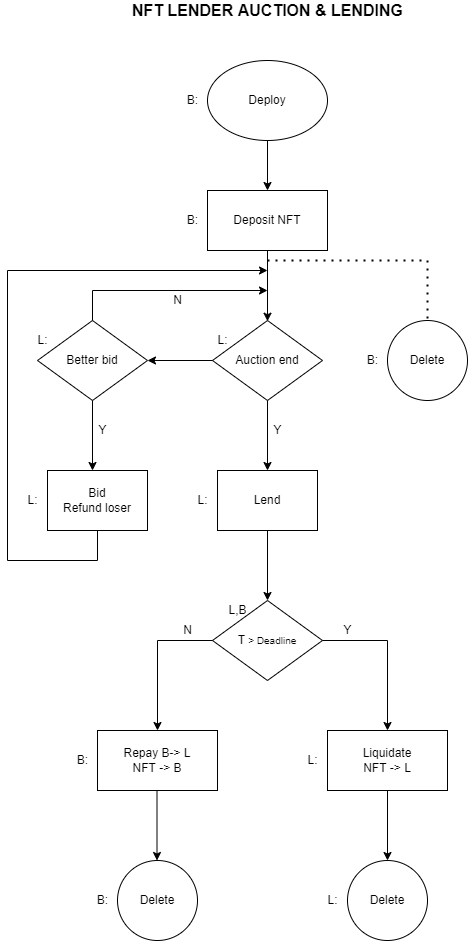
Above: doc/NFT Lender Auction and Lending.png in nft-lending/nft-lending-algorand (draw.io), before the change. Source tidied: cells renumbered, new cells last; positions are measured from the earlier drawing's top-left corner, leaving out a move shared by most shapes. The source it was exported from:
```xml
<mxGraphModel>
  <root>
    <mxCell id="0" />
    <mxCell id="1" parent="0" />
    <mxCell id="2" value="Deploy" style="ellipse;whiteSpace=wrap;html=1;" parent="1" vertex="1">
      <mxGeometry x="200" y="60" width="120" height="80" as="geometry" />
    </mxCell>
    <mxCell id="3" value="Deposit NFT" style="rounded=0;whiteSpace=wrap;html=1;" parent="1" vertex="1">
      <mxGeometry x="200" y="190" width="120" height="60" as="geometry" />
    </mxCell>
    <mxCell id="4" value="Auction end" style="rhombus;whiteSpace=wrap;html=1;" parent="1" vertex="1">
      <mxGeometry x="205" y="320" width="110" height="80" as="geometry" />
    </mxCell>
    <mxCell id="5" value="Better bid" style="rhombus;whiteSpace=wrap;html=1;" parent="1" vertex="1">
      <mxGeometry x="30" y="320" width="110" height="80" as="geometry" />
    </mxCell>
    <mxCell id="6" value="Delete" style="ellipse;whiteSpace=wrap;html=1;" parent="1" vertex="1">
      <mxGeometry x="380" y="320" width="80" height="80" as="geometry" />
    </mxCell>
    <mxCell id="7" value="Lend" style="rounded=0;whiteSpace=wrap;html=1;" parent="1" vertex="1">
      <mxGeometry x="210" y="470" width="100" height="60" as="geometry" />
    </mxCell>
    <mxCell id="8" value="Bid&lt;br&gt;Refund loser" style="rounded=0;whiteSpace=wrap;html=1;" parent="1" vertex="1">
      <mxGeometry x="40" y="470" width="100" height="60" as="geometry" />
    </mxCell>
    <mxCell id="9" value="T&amp;nbsp;&lt;span style=&quot;font-size: 10px&quot;&gt;&amp;gt; Deadline&lt;/span&gt;" style="rhombus;whiteSpace=wrap;html=1;" parent="1" vertex="1">
      <mxGeometry x="205" y="600" width="110" height="80" as="geometry" />
    </mxCell>
    <mxCell id="10" value="Repay B-&amp;gt; L&lt;br&gt;NFT -&amp;gt; B" style="rounded=0;whiteSpace=wrap;html=1;" parent="1" vertex="1">
      <mxGeometry x="90" y="730" width="120" height="60" as="geometry" />
    </mxCell>
    <mxCell id="11" value="Liquidate&lt;br&gt;NFT -&amp;gt; L" style="rounded=0;whiteSpace=wrap;html=1;" parent="1" vertex="1">
      <mxGeometry x="320" y="730" width="120" height="60" as="geometry" />
    </mxCell>
    <mxCell id="12" value="&lt;span&gt;Delete&lt;/span&gt;" style="ellipse;whiteSpace=wrap;html=1;" parent="1" vertex="1">
      <mxGeometry x="110" y="860" width="80" height="80" as="geometry" />
    </mxCell>
    <mxCell id="13" value="&lt;span&gt;Delete&lt;/span&gt;" style="ellipse;whiteSpace=wrap;html=1;" parent="1" vertex="1">
      <mxGeometry x="340" y="860" width="80" height="80" as="geometry" />
    </mxCell>
    <mxCell id="14" value="B:" style="text;html=1;align=center;verticalAlign=middle;strokeColor=none;fillColor=none;" parent="1" vertex="1">
      <mxGeometry x="80" y="890" width="30" height="20" as="geometry" />
    </mxCell>
    <mxCell id="15" value="B:" style="text;html=1;align=center;verticalAlign=middle;strokeColor=none;fillColor=none;" parent="1" vertex="1">
      <mxGeometry x="60" y="750" width="30" height="20" as="geometry" />
    </mxCell>
    <mxCell id="16" value="B:" style="text;html=1;align=center;verticalAlign=middle;strokeColor=none;fillColor=none;" parent="1" vertex="1">
      <mxGeometry x="350" y="350" width="30" height="20" as="geometry" />
    </mxCell>
    <mxCell id="17" value="B:" style="text;html=1;align=center;verticalAlign=middle;strokeColor=none;fillColor=none;" parent="1" vertex="1">
      <mxGeometry x="170" y="210" width="30" height="20" as="geometry" />
    </mxCell>
    <mxCell id="18" value="B:" style="text;html=1;align=center;verticalAlign=middle;strokeColor=none;fillColor=none;" parent="1" vertex="1">
      <mxGeometry x="170" y="90" width="30" height="20" as="geometry" />
    </mxCell>
    <mxCell id="19" style="endArrow=classic;html=1;rounded=0;exitX=0.5;exitY=1;exitDx=0;exitDy=0;" parent="1" edge="1" source="2">
      <mxGeometry relative="1" as="geometry">
        <mxPoint x="260" y="190" as="targetPoint" />
      </mxGeometry>
    </mxCell>
    <mxCell id="20" style="endArrow=classic;html=1;rounded=0;" parent="1" edge="1" source="3">
      <mxGeometry relative="1" as="geometry">
        <mxPoint x="260" y="320.7" as="targetPoint" />
      </mxGeometry>
    </mxCell>
    <mxCell id="21" style="endArrow=none;dashed=1;html=1;dashPattern=1 3;strokeWidth=2;rounded=0;entryX=0.5;entryY=0;entryDx=0;entryDy=0;" parent="1" edge="1" target="6">
      <mxGeometry relative="1" as="geometry">
        <mxPoint x="260" y="260" as="sourcePoint" />
        <Array as="points">
          <mxPoint x="420" y="260" />
        </Array>
      </mxGeometry>
    </mxCell>
    <mxCell id="22" style="endArrow=classic;html=1;rounded=0;exitX=0;exitY=0.5;exitDx=0;exitDy=0;entryX=1;entryY=0.5;entryDx=0;entryDy=0;" parent="1" edge="1" source="4" target="5">
      <mxGeometry relative="1" as="geometry" />
    </mxCell>
    <mxCell id="23" style="endArrow=classic;html=1;rounded=0;exitX=0.5;exitY=0;exitDx=0;exitDy=0;" parent="1" edge="1" source="5">
      <mxGeometry relative="1" as="geometry">
        <mxPoint x="260" y="290" as="targetPoint" />
        <Array as="points">
          <mxPoint x="85" y="290" />
        </Array>
      </mxGeometry>
    </mxCell>
    <mxCell id="24" style="endArrow=classic;html=1;rounded=0;exitX=0.5;exitY=1;exitDx=0;exitDy=0;" parent="1" edge="1" source="5">
      <mxGeometry relative="1" as="geometry">
        <mxPoint x="85" y="470" as="targetPoint" />
      </mxGeometry>
    </mxCell>
    <mxCell id="25" style="endArrow=classic;html=1;rounded=0;exitX=0.5;exitY=1;exitDx=0;exitDy=0;" parent="1" edge="1">
      <mxGeometry relative="1" as="geometry">
        <mxPoint x="260" y="400" as="sourcePoint" />
        <mxPoint x="260" y="470" as="targetPoint" />
      </mxGeometry>
    </mxCell>
    <mxCell id="26" style="endArrow=classic;html=1;rounded=0;exitX=0.5;exitY=1;exitDx=0;exitDy=0;" parent="1" edge="1">
      <mxGeometry relative="1" as="geometry">
        <mxPoint x="260" y="530" as="sourcePoint" />
        <mxPoint x="260" y="600" as="targetPoint" />
      </mxGeometry>
    </mxCell>
    <mxCell id="27" style="endArrow=classic;html=1;rounded=0;exitX=0.5;exitY=1;exitDx=0;exitDy=0;" parent="1" edge="1">
      <mxGeometry relative="1" as="geometry">
        <mxPoint x="149.5" y="790" as="sourcePoint" />
        <mxPoint x="149.5" y="860" as="targetPoint" />
      </mxGeometry>
    </mxCell>
    <mxCell id="28" style="endArrow=classic;html=1;rounded=0;exitX=0.5;exitY=1;exitDx=0;exitDy=0;" parent="1" edge="1">
      <mxGeometry relative="1" as="geometry">
        <mxPoint x="380" y="790" as="sourcePoint" />
        <mxPoint x="380" y="860" as="targetPoint" />
      </mxGeometry>
    </mxCell>
    <mxCell id="29" value="L:" style="text;html=1;align=center;verticalAlign=middle;strokeColor=none;fillColor=none;" parent="1" vertex="1">
      <mxGeometry x="20" y="330" width="30" height="20" as="geometry" />
    </mxCell>
    <mxCell id="30" value="L:" style="text;html=1;align=center;verticalAlign=middle;strokeColor=none;fillColor=none;" parent="1" vertex="1">
      <mxGeometry x="200" y="330" width="30" height="20" as="geometry" />
    </mxCell>
    <mxCell id="31" value="L:" style="text;html=1;align=center;verticalAlign=middle;strokeColor=none;fillColor=none;" parent="1" vertex="1">
      <mxGeometry x="290" y="750" width="30" height="20" as="geometry" />
    </mxCell>
    <mxCell id="32" value="L:" style="text;html=1;align=center;verticalAlign=middle;strokeColor=none;fillColor=none;" parent="1" vertex="1">
      <mxGeometry x="310" y="890" width="30" height="20" as="geometry" />
    </mxCell>
    <mxCell id="33" style="endArrow=classic;html=1;rounded=0;exitX=0;exitY=0.5;exitDx=0;exitDy=0;entryX=0.5;entryY=0;entryDx=0;entryDy=0;" parent="1" edge="1" source="9" target="10">
      <mxGeometry relative="1" as="geometry">
        <Array as="points">
          <mxPoint x="150" y="640" />
        </Array>
      </mxGeometry>
    </mxCell>
    <mxCell id="34" style="endArrow=classic;html=1;rounded=0;exitX=1;exitY=0.5;exitDx=0;exitDy=0;entryX=0.5;entryY=0;entryDx=0;entryDy=0;" parent="1" edge="1" source="9" target="11">
      <mxGeometry relative="1" as="geometry">
        <Array as="points">
          <mxPoint x="380" y="640" />
        </Array>
      </mxGeometry>
    </mxCell>
    <mxCell id="35" style="endArrow=classic;html=1;rounded=0;exitX=0.5;exitY=1;exitDx=0;exitDy=0;" parent="1" edge="1" source="8">
      <mxGeometry relative="1" as="geometry">
        <mxPoint x="260" y="270" as="targetPoint" />
        <Array as="points">
          <mxPoint x="90" y="560" />
          <mxPoint y="560" />
          <mxPoint y="270" />
        </Array>
      </mxGeometry>
    </mxCell>
    <mxCell id="36" value="L:" style="text;html=1;align=center;verticalAlign=middle;strokeColor=none;fillColor=none;" parent="1" vertex="1">
      <mxGeometry x="10" y="490" width="30" height="20" as="geometry" />
    </mxCell>
    <mxCell id="37" value="L:" style="text;html=1;align=center;verticalAlign=middle;strokeColor=none;fillColor=none;" parent="1" vertex="1">
      <mxGeometry x="180" y="490" width="30" height="20" as="geometry" />
    </mxCell>
    <mxCell id="38" value="N" style="text;html=1;align=center;verticalAlign=middle;strokeColor=none;fillColor=none;" parent="1" vertex="1">
      <mxGeometry x="160" y="290" width="20" height="20" as="geometry" />
    </mxCell>
    <mxCell id="39" value="Y" style="text;html=1;align=center;verticalAlign=middle;strokeColor=none;fillColor=none;" parent="1" vertex="1">
      <mxGeometry x="85" y="420" width="20" height="20" as="geometry" />
    </mxCell>
    <mxCell id="40" value="Y" style="text;html=1;align=center;verticalAlign=middle;strokeColor=none;fillColor=none;" parent="1" vertex="1">
      <mxGeometry x="260" y="420" width="20" height="20" as="geometry" />
    </mxCell>
    <mxCell id="41" value="Y" style="text;html=1;align=center;verticalAlign=middle;strokeColor=none;fillColor=none;" parent="1" vertex="1">
      <mxGeometry x="330" y="620" width="20" height="20" as="geometry" />
    </mxCell>
    <mxCell id="42" value="N" style="text;html=1;align=center;verticalAlign=middle;strokeColor=none;fillColor=none;" parent="1" vertex="1">
      <mxGeometry x="170" y="620" width="20" height="20" as="geometry" />
    </mxCell>
    <mxCell id="43" value="L,B" style="text;html=1;align=center;verticalAlign=middle;strokeColor=none;fillColor=none;" parent="1" vertex="1">
      <mxGeometry x="215" y="600" width="30" height="20" as="geometry" />
    </mxCell>
    <mxCell id="44" value="&lt;font style=&quot;font-size: 16px&quot;&gt;&lt;b&gt;NFT LENDER AUCTION &amp;amp; LENDING&lt;/b&gt;&lt;/font&gt;" style="text;html=1;align=center;verticalAlign=middle;strokeColor=none;fillColor=none;" parent="1" vertex="1">
      <mxGeometry x="115" width="290" height="20" as="geometry" />
    </mxCell>
  </root>
</mxGraphModel>
```
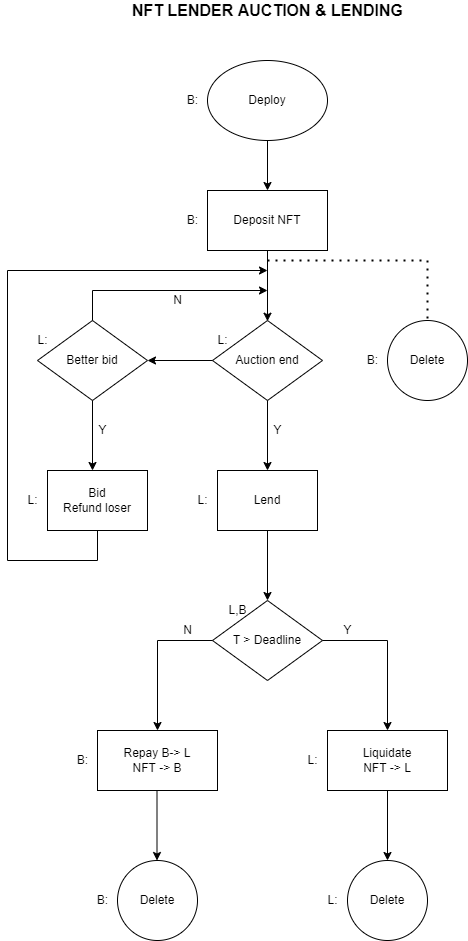
The same diagram one commit later.

Commit message:
fixing NFT Lender Auc... diagram & adding it in Es

The edit, as a diff of the source:
```diff
@@ -23,7 +23,7 @@
     <mxCell id="8" value="Bid&lt;br&gt;Refund loser" style="rounded=0;whiteSpace=wrap;html=1;" parent="1" vertex="1">
       <mxGeometry x="40" y="470" width="100" height="60" as="geometry" />
     </mxCell>
-    <mxCell id="9" value="T&amp;nbsp;&lt;span style=&quot;font-size: 10px&quot;&gt;&amp;gt; Deadline&lt;/span&gt;" style="rhombus;whiteSpace=wrap;html=1;" parent="1" vertex="1">
+    <mxCell id="9" value="&lt;font style=&quot;font-size: 12px&quot;&gt;T&amp;nbsp;&amp;gt; Deadline&lt;/font&gt;" style="rhombus;whiteSpace=wrap;html=1;" parent="1" vertex="1">
       <mxGeometry x="205" y="600" width="110" height="80" as="geometry" />
     </mxCell>
     <mxCell id="10" value="Repay B-&amp;gt; L&lt;br&gt;NFT -&amp;gt; B" style="rounded=0;whiteSpace=wrap;html=1;" parent="1" vertex="1">
```
